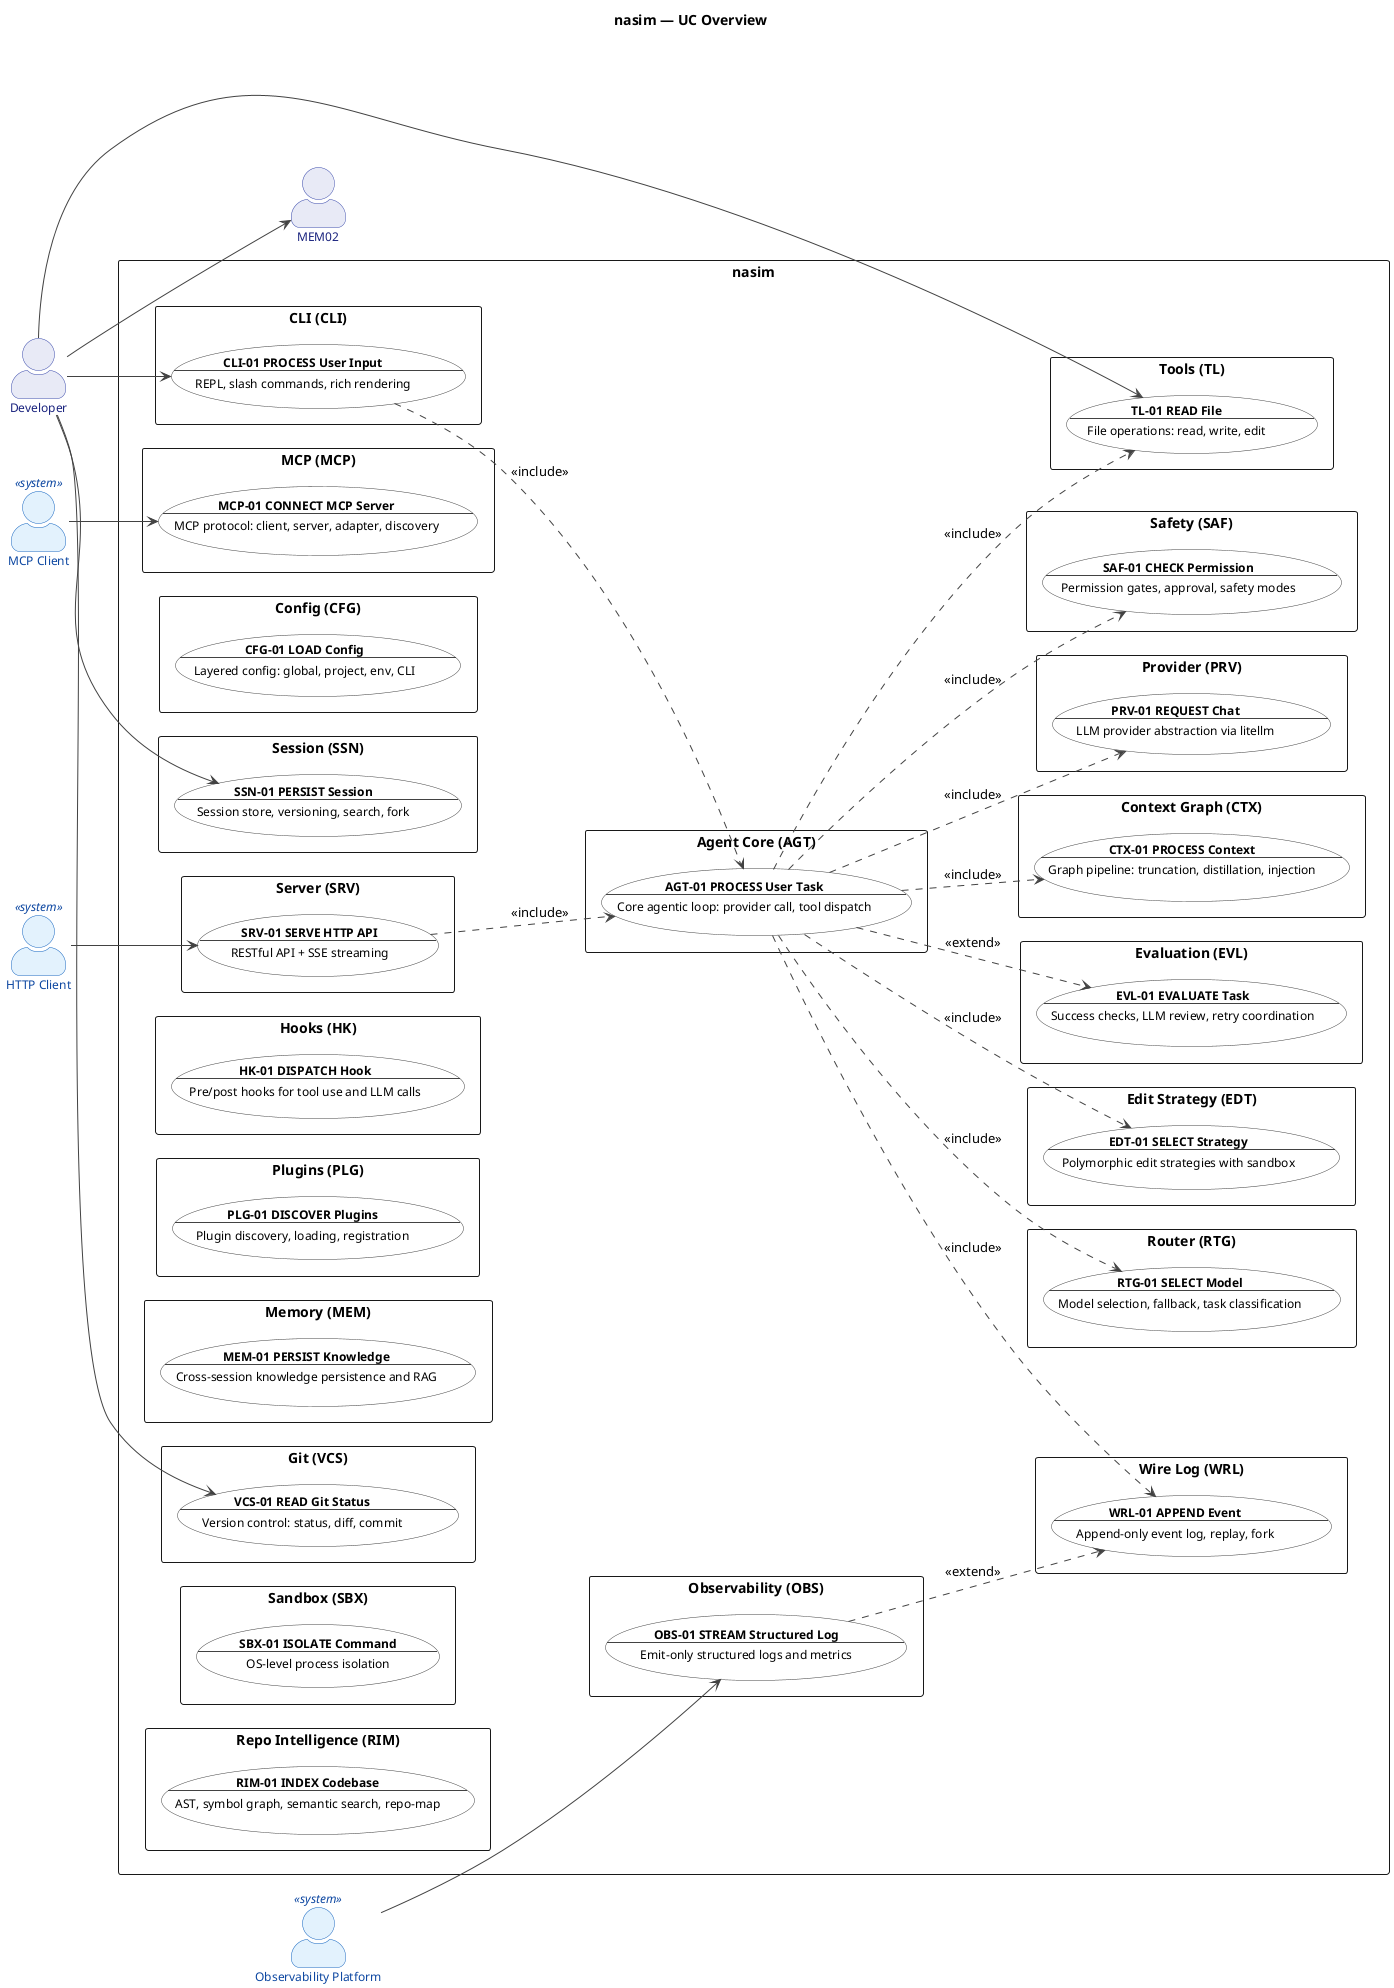
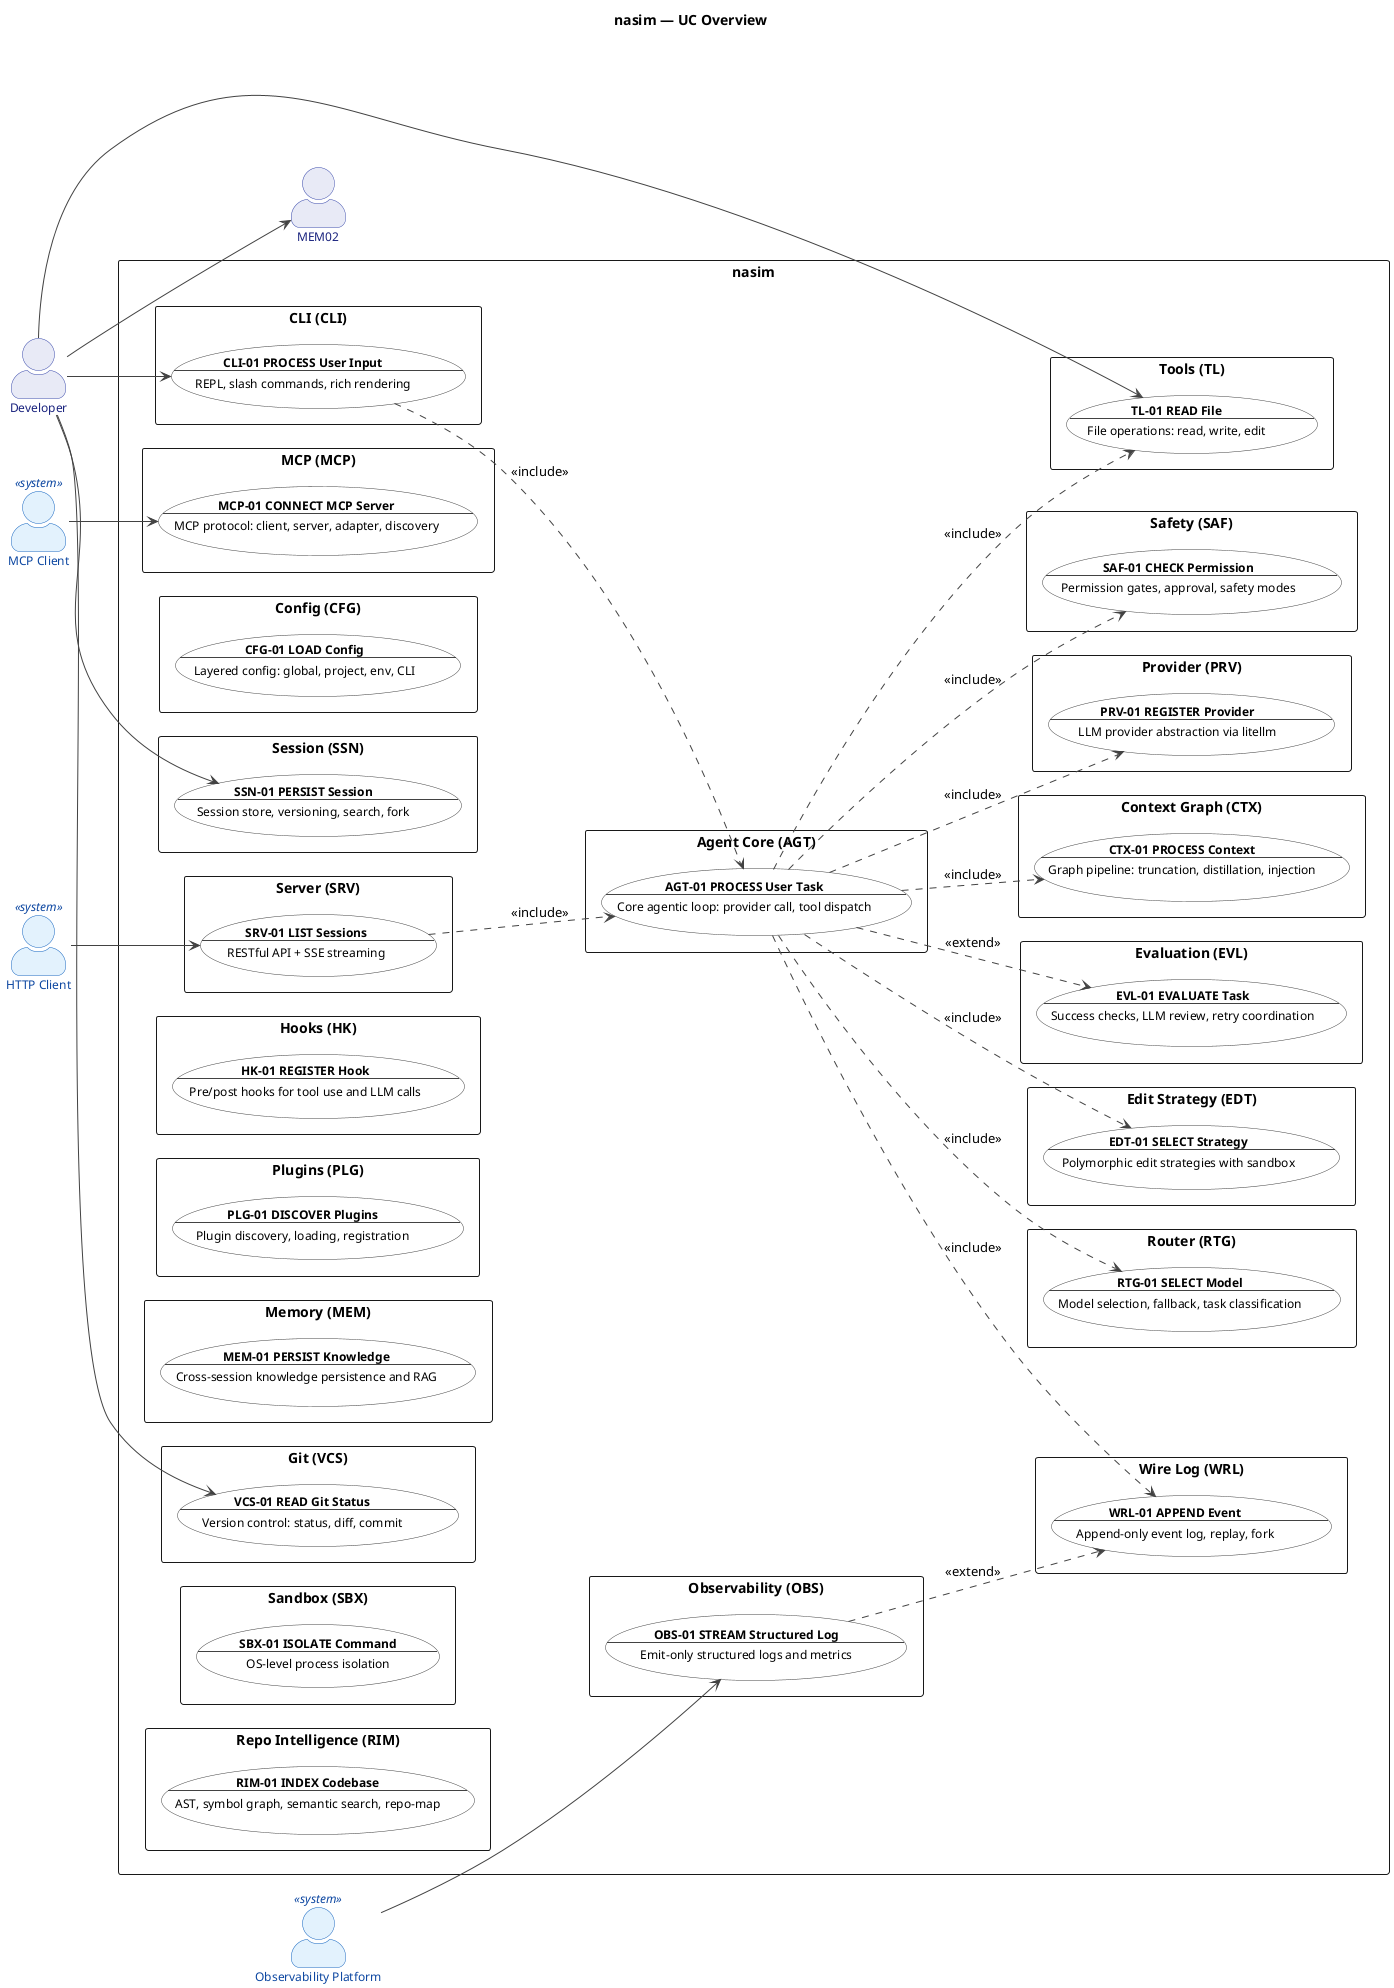
@startuml uc_overview

' ============================================================
' Title:     nasim — UC: Overview
' Group:     ALL (All Groups)
' Boundary:  nasim code agent
' Purpose:   Cross-cutting view of all UC groups and actor interactions
' Milestone: v1.0
' Version:   6.0.0
' Source:    docs/ENTITIES.md
' Review:    docs/audit/audit.2026.06.20.uc-layer.car.md
' ============================================================

left to right direction

title nasim — UC Overview

skinparam actorStyle awesome
skinparam packageStyle rectangle

skinparam usecase {
  BackgroundColor #FFFFFF
  BorderColor #424242
  FontColor #000000
  ArrowColor #424242
  FontSize 12
}

skinparam actor {
  BackgroundColor #E8EAF6
  BorderColor #3949AB
  FontColor #1A237E
  FontSize 12
}

skinparam actor<<system>> {
  BackgroundColor #E3F2FD
  BorderColor #1565C0
  FontColor #0D47A1
}

' ============================================================
' Actors
' ============================================================

actor "Developer" as Developer
actor "HTTP Client" as HTTPClient <<system>>
actor "MCP Client" as MCPClient <<system>>
actor "Observability Platform" as Platform <<system>>

' ============================================================
' System Boundary
' ============================================================

rectangle "nasim" {
  package "CLI (CLI)" {
    usecase "**CLI-01 PROCESS User Input**\n--\nREPL, slash commands, rich rendering" as CLI01
  }

  package "Agent Core (AGT)" {
    usecase "**AGT-01 PROCESS User Task**\n--\nCore agentic loop: provider call, tool dispatch" as AGT01
  }

  package "Provider (PRV)" {
-     usecase "**PRV-01 REQUEST Chat**\n--\nLLM provider abstraction via litellm" as PRV01
+     usecase "**PRV-01 REGISTER Provider**\n--\nLLM provider abstraction via litellm" as PRV01
  }

  package "Tools (TL)" {
    usecase "**TL-01 READ File**\n--\nFile operations: read, write, edit" as TL01
  }

  package "MCP (MCP)" {
    usecase "**MCP-01 CONNECT MCP Server**\n--\nMCP protocol: client, server, adapter, discovery" as MCP01
  }

  package "Config (CFG)" {
    usecase "**CFG-01 LOAD Config**\n--\nLayered config: global, project, env, CLI" as CFG01
  }

  package "Session (SSN)" {
    usecase "**SSN-01 PERSIST Session**\n--\nSession store, versioning, search, fork" as SSN01
  }

  package "Server (SRV)" {
-     usecase "**SRV-01 SERVE HTTP API**\n--\nRESTful API + SSE streaming" as SRV01
+     usecase "**SRV-01 LIST Sessions**\n--\nRESTful API + SSE streaming" as SRV01
  }

  package "Hooks (HK)" {
-     usecase "**HK-01 DISPATCH Hook**\n--\nPre/post hooks for tool use and LLM calls" as HK01
+     usecase "**HK-01 REGISTER Hook**\n--\nPre/post hooks for tool use and LLM calls" as HK01
  }

  package "Plugins (PLG)" {
    usecase "**PLG-01 DISCOVER Plugins**\n--\nPlugin discovery, loading, registration" as PLG01
  }

  package "Safety (SAF)" {
    usecase "**SAF-01 CHECK Permission**\n--\nPermission gates, approval, safety modes" as SAF01
  }

  package "Router (RTG)" {
    usecase "**RTG-01 SELECT Model**\n--\nModel selection, fallback, task classification" as RTG01
  }

  package "Observability (OBS)" {
    usecase "**OBS-01 STREAM Structured Log**\n--\nEmit-only structured logs and metrics" as OBS01
  }

  package "Memory (MEM)" {
    usecase "**MEM-01 PERSIST Knowledge**\n--\nCross-session knowledge persistence and RAG" as MEM01
  }

  package "Git (VCS)" {
    usecase "**VCS-01 READ Git Status**\n--\nVersion control: status, diff, commit" as VCS01
  }

  package "Sandbox (SBX)" {
    usecase "**SBX-01 ISOLATE Command**\n--\nOS-level process isolation" as SBX01
  }

  package "Repo Intelligence (RIM)" {
    usecase "**RIM-01 INDEX Codebase**\n--\nAST, symbol graph, semantic search, repo-map" as RIM01
  }

  package "Edit Strategy (EDT)" {
    usecase "**EDT-01 SELECT Strategy**\n--\nPolymorphic edit strategies with sandbox" as EDT01
  }

  package "Evaluation (EVL)" {
    usecase "**EVL-01 EVALUATE Task**\n--\nSuccess checks, LLM review, retry coordination" as EVL01
  }

  package "Wire Log (WRL)" {
    usecase "**WRL-01 APPEND Event**\n--\nAppend-only event log, replay, fork" as WRL01
  }

  package "Context Graph (CTX)" {
    usecase "**CTX-01 PROCESS Context**\n--\nGraph pipeline: truncation, distillation, injection" as CTX01
  }
}

' ============================================================
' Actor -> Use Case Associations
' ============================================================

Developer --> CLI01
Developer --> TL01
Developer --> SSN01
Developer --> VCS01
Developer --> MEM02
HTTPClient --> SRV01
MCPClient --> MCP01
Platform --> OBS01

' ============================================================
' Key Relationships
' ============================================================

CLI01 ..> AGT01 : <<include>>
AGT01 ..> PRV01 : <<include>>
AGT01 ..> TL01 : <<include>>
AGT01 ..> SAF01 : <<include>>
AGT01 ..> RTG01 : <<include>>
AGT01 ..> WRL01 : <<include>>
AGT01 ..> CTX01 : <<include>>
AGT01 ..> EDT01 : <<include>>
AGT01 ..> EVL01 : <<extend>>
SRV01 ..> AGT01 : <<include>>
OBS01 ..> WRL01 : <<extend>>

@enduml
